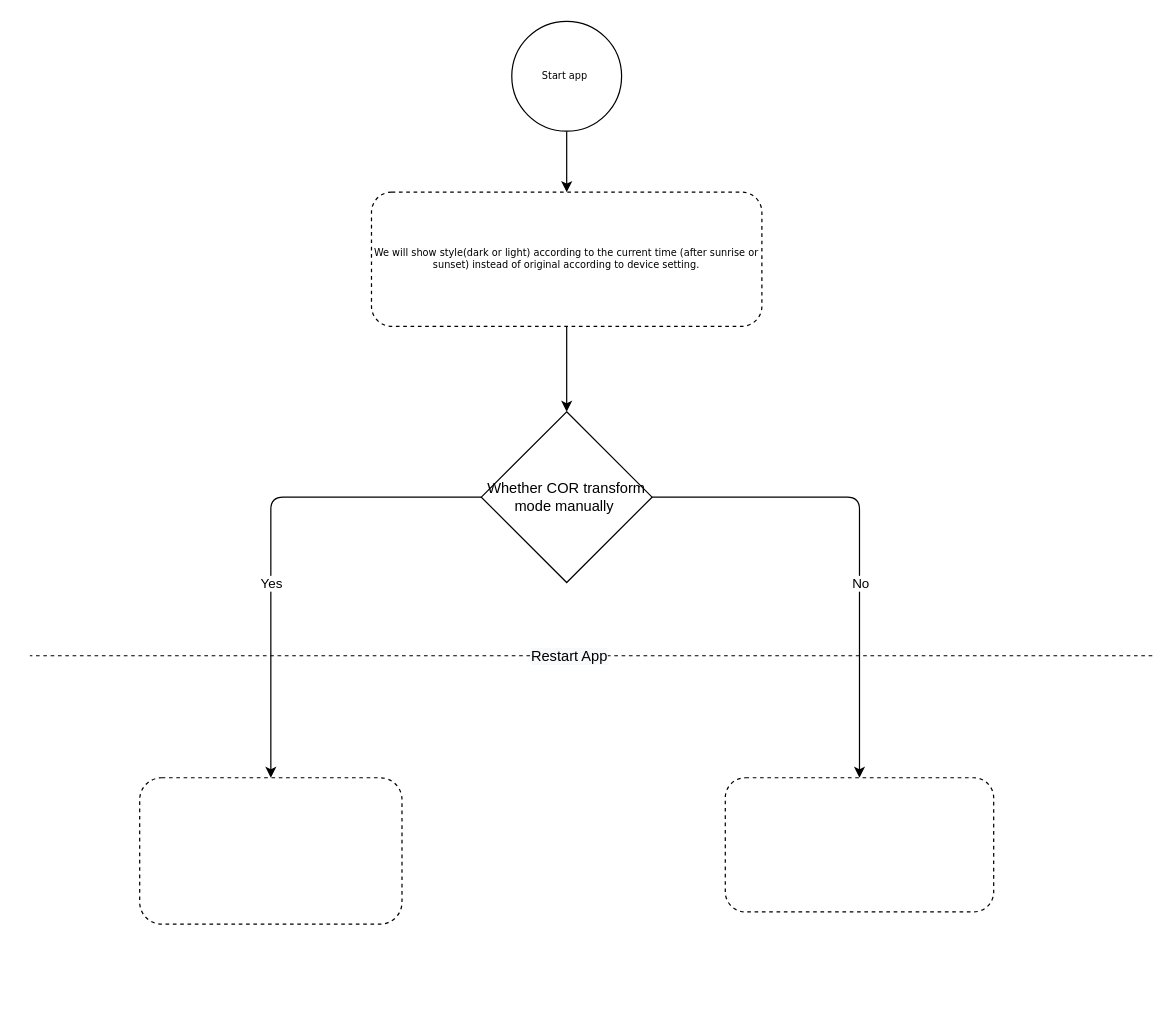
peytonwupeixin/Draw-IO-Store keeps this draw.io diagram as dark mode.drawio. Above is the earlier version. Source tidied: cells renumbered, new cells numbered last; positions are measured from the earlier drawing's top-left corner, leaving out a move shared by most shapes. Both pictures are drawn from the tidied source at 122%, with x=0, y=0 at pixel (29, 21).
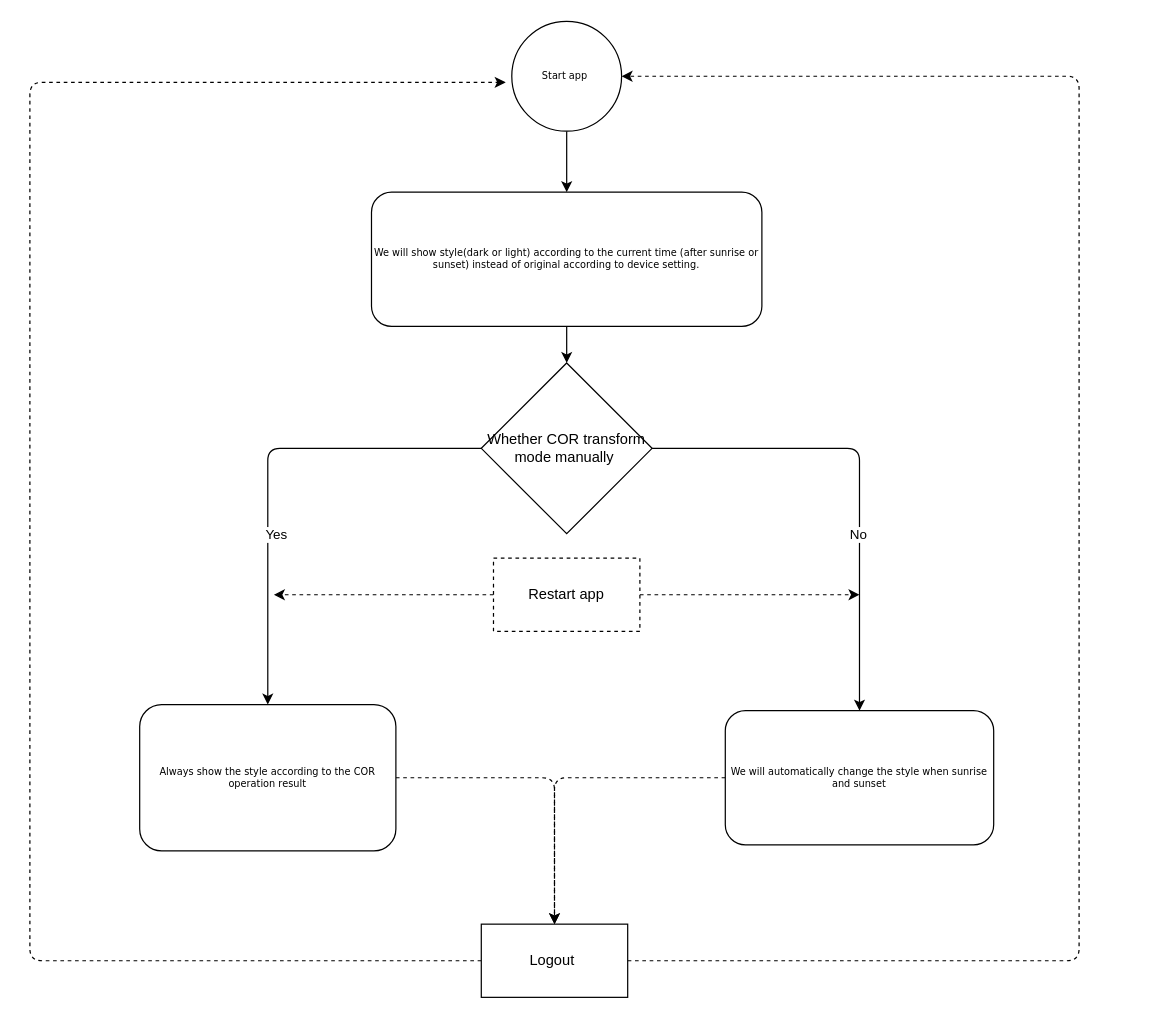
The same page after the edit.

The change refers to these unchanged cells:
```xml
<mxCell id="3" value="Start app&amp;nbsp;" style="ellipse;whiteSpace=wrap;html=1;rounded=0;shadow=0;labelBackgroundColor=none;strokeWidth=1;fontFamily=Verdana;fontSize=8;align=center;" parent="1" vertex="1">
  <mxGeometry x="395" width="90" height="90" as="geometry" />
</mxCell>
```

What changed in the source:
```diff
@@
-    <mxCell id="5" value="We will show style(dark or light) according to the current time (after sunrise or sunset) instead of original according to device setting." style="rounded=1;whiteSpace=wrap;html=1;shadow=0;labelBackgroundColor=none;strokeWidth=1;fontFamily=Verdana;fontSize=8;align=center;dashed=1;" parent="1" vertex="1">
+    <mxCell id="5" value="We will show style(dark or light) according to the current time (after sunrise or sunset) instead of original according to device setting." style="rounded=1;whiteSpace=wrap;html=1;shadow=0;labelBackgroundColor=none;strokeWidth=1;fontFamily=Verdana;fontSize=8;align=center;" parent="1" vertex="1">
       <mxGeometry x="280" y="140" width="320" height="110" as="geometry" />
     </mxCell>
@@
-    <mxCell id="8" style="edgeStyle=orthogonalEdgeStyle;jettySize=auto;html=1;entryX=0.5;entryY=0;entryDx=0;entryDy=0;endArrow=classic;endFill=1;strokeWidth=1;" parent="1" edge="1" source="10" target="14">
+    <mxCell id="8" style="edgeStyle=orthogonalEdgeStyle;jettySize=auto;html=1;entryX=0.5;entryY=0;entryDx=0;entryDy=0;endArrow=classic;endFill=1;strokeWidth=1;exitX=1;exitY=0.5;exitDx=0;exitDy=0;" parent="1" edge="1" source="10" target="14">
       <mxGeometry relative="1" as="geometry">
         <Array as="points">
-          <mxPoint x="680" y="390" />
-          <mxPoint x="680" y="620" />
+          <mxPoint x="680" y="350" />
+          <mxPoint x="680" y="560" />
         </Array>
       </mxGeometry>
     </mxCell>
@@
     <mxCell id="10" value="Whether COR transform mode manually&amp;nbsp;" style="rhombus;whiteSpace=wrap;html=1;" parent="1" vertex="1">
-      <mxGeometry x="370" y="320" width="140" height="140" as="geometry" />
+      <mxGeometry x="370" y="280" width="140" height="140" as="geometry" />
     </mxCell>
-    <mxCell id="11" style="orthogonalLoop=1;jettySize=auto;html=1;strokeWidth=1;endArrow=none;endFill=0;dashed=1;" parent="1" edge="1">
-      <mxGeometry relative="1" as="geometry">
-        <mxPoint x="920" y="520" as="sourcePoint" />
-        <mxPoint y="520" as="targetPoint" />
-      </mxGeometry>
-    </mxCell>
-    <mxCell id="12" value="&lt;span style=&quot;font-size: 12px ; background-color: rgb(248 , 249 , 250)&quot;&gt;Restart App&lt;/span&gt;" style="edgeLabel;html=1;align=center;verticalAlign=middle;" parent="11" vertex="1">
-      <mxGeometry x="0.14" relative="1" as="geometry">
-        <mxPoint x="45" as="offset" />
-      </mxGeometry>
-    </mxCell>
+    <mxCell id="15" style="jettySize=auto;html=1;entryX=0.5;entryY=0;entryDx=0;entryDy=0;endArrow=classic;endFill=1;strokeWidth=1;dashed=1;" parent="1" edge="1" source="13" target="22">
+      <mxGeometry relative="1" as="geometry">
+        <Array as="points">
+          <mxPoint x="430" y="620" />
+        </Array>
+      </mxGeometry>
+    </mxCell>
-    <mxCell id="13" style="rounded=1;whiteSpace=wrap;html=1;shadow=0;labelBackgroundColor=none;strokeWidth=1;fontFamily=Verdana;fontSize=8;align=center;dashed=1;" parent="1" vertex="1">
-      <mxGeometry x="90" y="620" width="215" height="120" as="geometry" />
+    <mxCell id="13" value="Always show the style according to the COR operation result" style="rounded=1;whiteSpace=wrap;html=1;shadow=0;labelBackgroundColor=none;strokeWidth=1;fontFamily=Verdana;fontSize=8;align=center;" parent="1" vertex="1">
+      <mxGeometry x="90" y="560" width="210" height="120" as="geometry" />
     </mxCell>
+    <mxCell id="16" style="edgeStyle=none;jettySize=auto;html=1;entryX=0.5;entryY=0;entryDx=0;entryDy=0;endArrow=classic;endFill=1;strokeWidth=1;dashed=1;" parent="1" edge="1" source="14" target="22">
+      <mxGeometry relative="1" as="geometry">
+        <Array as="points">
+          <mxPoint x="430" y="620" />
+        </Array>
+      </mxGeometry>
+    </mxCell>
-    <mxCell id="14" style="rounded=1;whiteSpace=wrap;html=1;shadow=0;labelBackgroundColor=none;strokeWidth=1;fontFamily=Verdana;fontSize=8;align=center;dashed=1;" parent="1" vertex="1">
-      <mxGeometry x="570" y="620" width="220" height="110" as="geometry" />
+    <mxCell id="14" value="We will automatically change the style when sunrise and sunset" style="rounded=1;whiteSpace=wrap;html=1;shadow=0;labelBackgroundColor=none;strokeWidth=1;fontFamily=Verdana;fontSize=8;align=center;" parent="1" vertex="1">
+      <mxGeometry x="570" y="565" width="220" height="110" as="geometry" />
     </mxCell>
+    <mxCell id="17" style="jettySize=auto;html=1;endArrow=classic;endFill=1;strokeWidth=1;dashed=1;" parent="1" edge="1" source="19">
+      <mxGeometry relative="1" as="geometry">
+        <mxPoint x="680" y="470" as="targetPoint" />
+      </mxGeometry>
+    </mxCell>
+    <mxCell id="18" style="jettySize=auto;html=1;endArrow=classic;endFill=1;strokeWidth=1;dashed=1;" parent="1" edge="1" source="19">
+      <mxGeometry relative="1" as="geometry">
+        <mxPoint x="200" y="470" as="targetPoint" />
+      </mxGeometry>
+    </mxCell>
+    <mxCell id="19" value="Restart app" style="rounded=0;whiteSpace=wrap;html=1;dashed=1;" parent="1" vertex="1">
+      <mxGeometry x="380" y="440" width="120" height="60" as="geometry" />
+    </mxCell>
+    <mxCell id="20" style="edgeStyle=orthogonalEdgeStyle;jettySize=auto;html=1;endArrow=classic;endFill=1;strokeWidth=1;entryX=1;entryY=0.5;entryDx=0;entryDy=0;dashed=1;" parent="1" edge="1" source="22" target="3">
+      <mxGeometry relative="1" as="geometry">
+        <Array as="points">
+          <mxPoint x="860" y="770" />
+          <mxPoint x="860" y="45" />
+        </Array>
+      </mxGeometry>
+    </mxCell>
+    <mxCell id="21" style="edgeStyle=orthogonalEdgeStyle;jettySize=auto;html=1;endArrow=classic;endFill=1;strokeWidth=1;dashed=1;" parent="1" edge="1" source="22">
+      <mxGeometry relative="1" as="geometry">
+        <mxPoint x="390" y="50" as="targetPoint" />
+        <Array as="points">
+          <mxPoint y="770" />
+          <mxPoint y="50" />
+        </Array>
+      </mxGeometry>
+    </mxCell>
+    <mxCell id="22" value="Logout&amp;nbsp;" style="rounded=0;whiteSpace=wrap;html=1;" parent="1" vertex="1">
+      <mxGeometry x="370" y="740" width="120" height="60" as="geometry" />
+    </mxCell>
```
